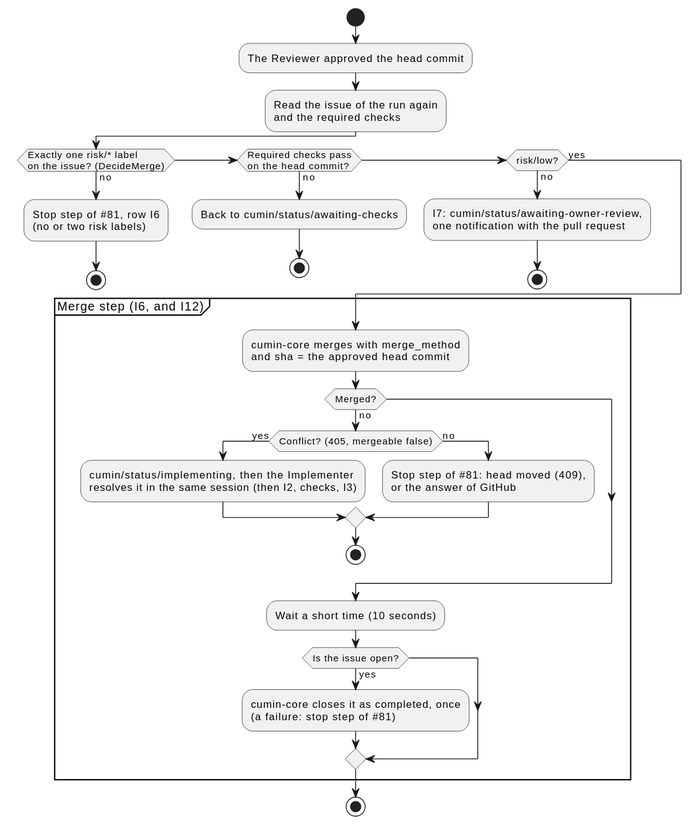
Before: docs/ja/designs/poll-merge.svg, a diagram exported from PlantUML (cloveclovedev/cumin-works).
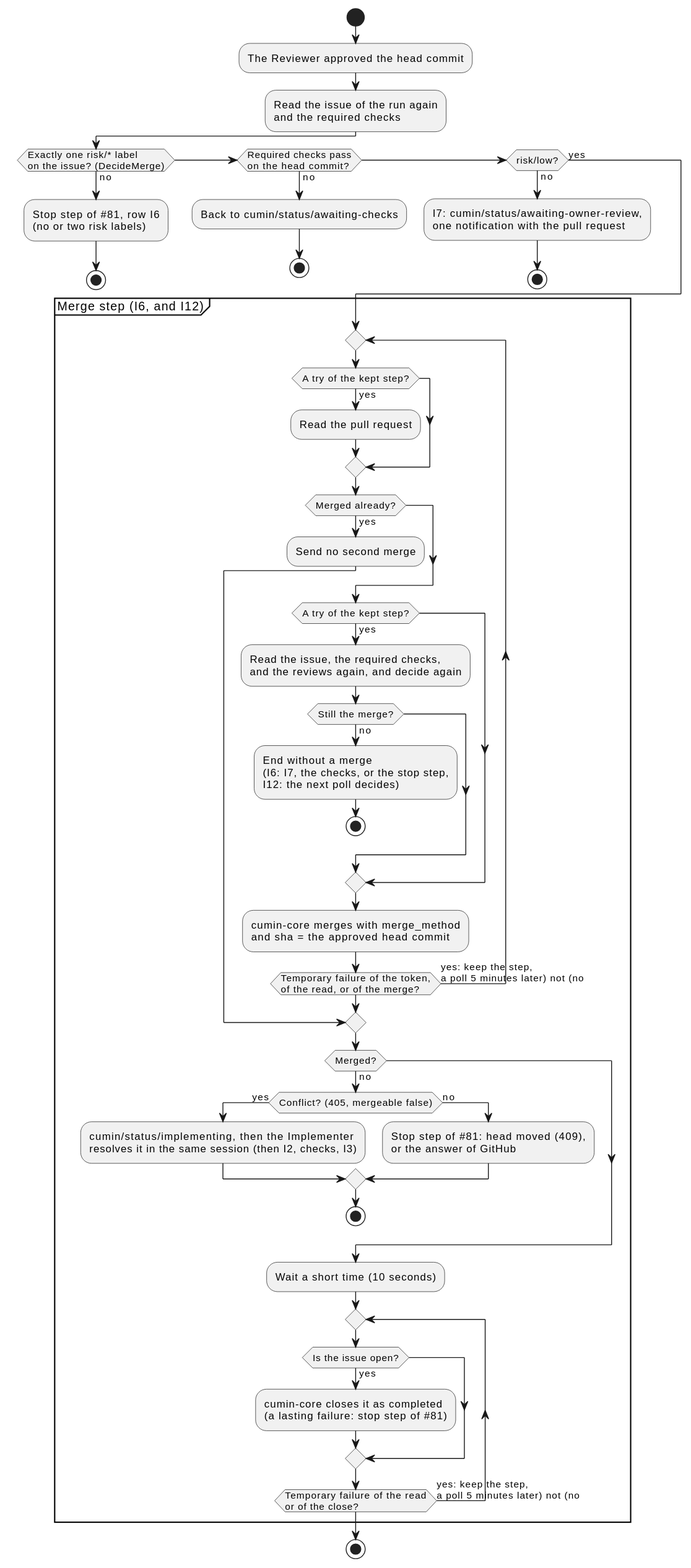
The same diagram one commit later.

Commit message:
feat(workflow): keep the merge step and run it again after a temporary failure (#474)

The edit, as a diff of the source:
```diff
@@ -22,8 +22,29 @@
 else (yes)
 endif
 partition "Merge step (I6, and I12)" {
-  :cumin-core merges with merge_method
-  and sha = the approved head commit;
+  repeat
+    if (A try of the kept step?) then (yes)
+      :Read the pull request;
+    endif
+    if (Merged already?) then (yes)
+      :Send no second merge;
+      break
+    endif
+    if (A try of the kept step?) then (yes)
+      :Read the issue, the required checks,
+      and the reviews again, and decide again;
+      if (Still the merge?) then (no)
+        :End without a merge
+        (I6: I7, the checks, or the stop step,
+        I12: the next poll decides);
+        stop
+      endif
+    endif
+    :cumin-core merges with merge_method
+    and sha = the approved head commit;
+  repeat while (Temporary failure of the token,
+of the read, or of the merge?) is (yes: keep the step,
+a poll 5 minutes later) not (no)
   if (Merged?) then (no)
     if (Conflict? (405, mergeable false)) then (yes)
       :cumin/status/implementing, then the Implementer
@@ -35,10 +56,14 @@
     stop
   endif
   :Wait a short time (10 seconds);
-  if (Is the issue open?) then (yes)
-    :cumin-core closes it as completed, once
-    (a failure: stop step of #81);
-  endif
+  repeat
+    if (Is the issue open?) then (yes)
+      :cumin-core closes it as completed
+      (a lasting failure: stop step of #81);
+    endif
+  repeat while (Temporary failure of the read
+or of the close?) is (yes: keep the step,
+a poll 5 minutes later) not (no)
 }
 stop
 @enduml
```
